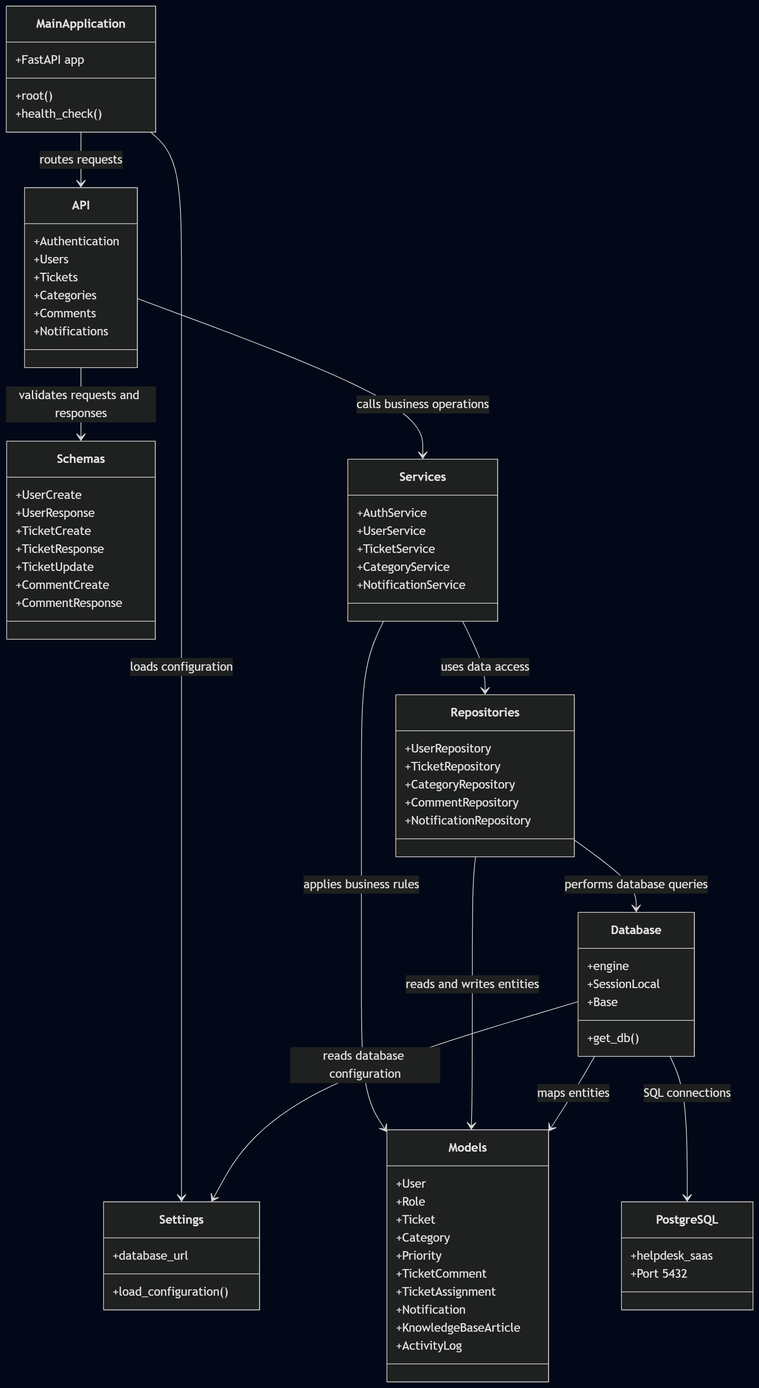
Before: docs/diagrams/Class_Module_Diagram_v1.png, a diagram exported from Mermaid (Md-Farhan12/helpdesk-customer-support-saas). Its source is kept beside it as docs/diagrams/Class_Module_Diagram_v1.mmd.
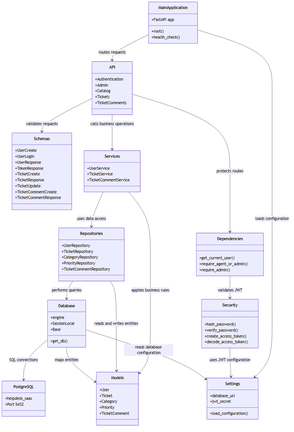
Above is the later version.

Commit message:
docs(diagrams): align class module diagram with implementation

Change to the diagram source:
```diff
@@ -1,88 +1,100 @@
 classDiagram
 
-    class MainApplication {
-        +FastAPI app
-        +root()
-        +health_check()
-    }
+class MainApplication {
+    +FastAPI app
+    +root()
+    +health_check()
+}
 
-    class Settings {
-        +database_url
-        +load_configuration()
-    }
+class Settings {
+    +database_url
+    +jwt_secret
+    +load_configuration()
+}
 
-    class API {
-        +Authentication
-        +Users
-        +Tickets
-        +Categories
-        +Comments
-        +Notifications
-    }
+class API {
+    +Authentication
+    +Admin
+    +Catalog
+    +Tickets
+    +TicketComments
+}
 
-    class Schemas {
-        +UserCreate
-        +UserResponse
-        +TicketCreate
-        +TicketResponse
-        +TicketUpdate
-        +CommentCreate
-        +CommentResponse
-    }
+class Schemas {
+    +UserCreate
+    +UserLogin
+    +UserResponse
+    +TokenResponse
+    +TicketCreate
+    +TicketResponse
+    +TicketUpdate
+    +TicketCommentCreate
+    +TicketCommentResponse
+}
 
-    class Services {
-        +AuthService
-        +UserService
-        +TicketService
-        +CategoryService
-        +NotificationService
-    }
+class Services {
+    +UserService
+    +TicketService
+    +TicketCommentService
+}
 
-    class Repositories {
-        +UserRepository
-        +TicketRepository
-        +CategoryRepository
-        +CommentRepository
-        +NotificationRepository
-    }
+class Repositories {
+    +UserRepository
+    +TicketRepository
+    +CategoryRepository
+    +PriorityRepository
+    +TicketCommentRepository
+}
 
-    class Database {
-        +engine
-        +SessionLocal
-        +Base
-        +get_db()
-    }
+class Dependencies {
+    +get_current_user()
+    +require_agent_or_admin()
+    +require_admin()
+}
 
-    class Models {
-        +User
-        +Role
-        +Ticket
-        +Category
-        +Priority
-        +TicketComment
-        +TicketAssignment
-        +Notification
-        +KnowledgeBaseArticle
-        +ActivityLog
-    }
+class Security {
+    +hash_password()
+    +verify_password()
+    +create_access_token()
+    +decode_access_token()
+}
 
-    class PostgreSQL {
-        +helpdesk_saas
-        +Port 5432
-    }
+class Database {
+    +engine
+    +SessionLocal
+    +Base
+    +get_db()
+}
 
-    MainApplication --> API : routes requests
-    MainApplication --> Settings : loads configuration
+class Models {
+    +User
+    +Ticket
+    +Category
+    +Priority
+    +TicketComment
+}
 
-    API --> Schemas : validates requests and responses
-    API --> Services : calls business operations
+class PostgreSQL {
+    +helpdesk_saas
+    +Port 5432
+}
 
-    Services --> Repositories : uses data access
-    Services --> Models : applies business rules
+MainApplication --> API : routes requests
+MainApplication --> Settings : loads configuration
 
-    Repositories --> Database : performs database queries
-    Repositories --> Models : reads and writes entities
+API --> Schemas : validates requests
+API --> Services : calls business operations
+API --> Dependencies : protects routes
 
-    Database --> Settings : reads database configuration
-    Database --> Models : maps entities
-    Database --> PostgreSQL : SQL connections
+Services --> Repositories : uses data access
+Services --> Models : applies business rules
+
+Repositories --> Database : performs queries
+Repositories --> Models : reads and writes entities
+
+Dependencies --> Security : validates JWT
+Security --> Settings : uses JWT configuration
+
+Database --> Settings : reads database configuration
+Database --> Models : maps entities
+Database --> PostgreSQL : SQL connections
```
